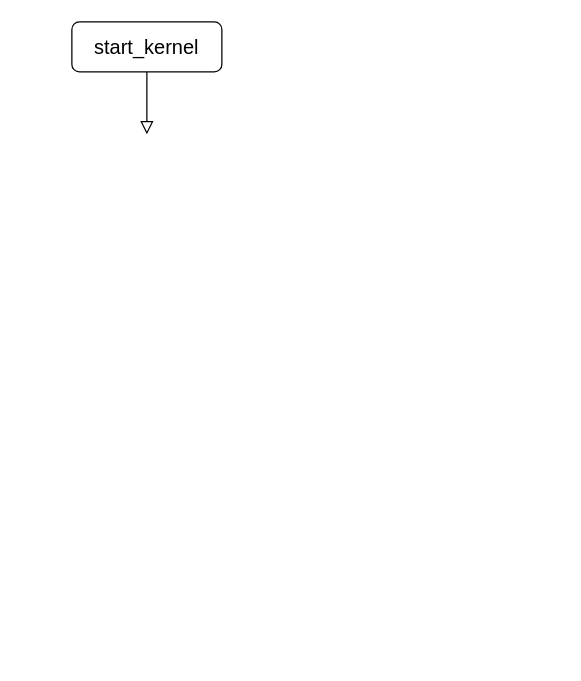
The draw.io diagram kernel_fs/Untitled Diagram.drawio in zhoulanyang/mOs, before the edit. Source tidied: cells renumbered, new cells numbered last; positions are measured from the earlier drawing's top-left corner, leaving out a move shared by most shapes. Both pictures are drawn from the tidied source at 125%, with x=0, y=0 at pixel (71, 21).
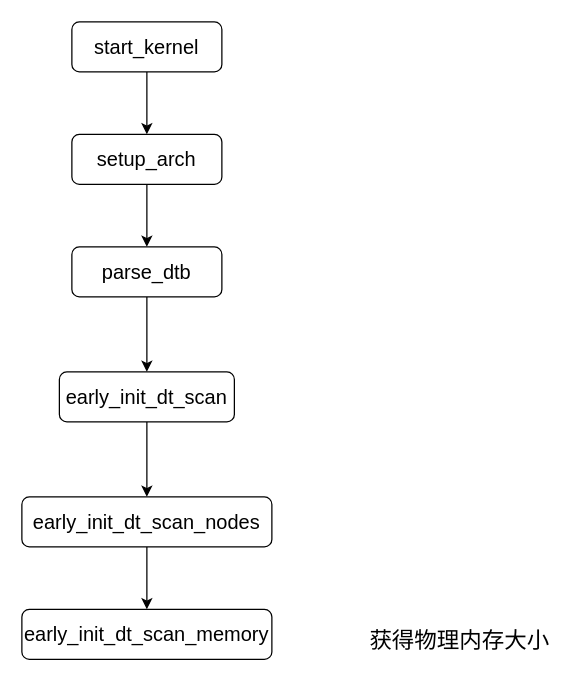
Above is the later version.

The edit, as a diff of the source:
```diff
@@
 <mxGraphModel>
   <root>
     <mxCell id="0" />
     <mxCell id="1" parent="0" />
-    <mxCell id="2" style="rounded=0;html=1;jettySize=auto;fontSize=11;endArrow=block;endFill=0;endSize=8;strokeWidth=1;shadow=0;labelBackgroundColor=none;edgeStyle=orthogonalEdgeStyle;" parent="1" edge="1" source="3">
-      <mxGeometry relative="1" as="geometry">
-        <mxPoint x="60" y="90" as="targetPoint" />
-      </mxGeometry>
-    </mxCell>
+    <mxCell id="4" style="edgeStyle=orthogonalEdgeStyle;rounded=0;jettySize=auto;html=1;exitX=0.5;exitY=1;exitDx=0;exitDy=0;entryX=0.5;entryY=0;entryDx=0;entryDy=0;fontSize=18;" parent="1" edge="1" source="3" target="6">
+      <mxGeometry relative="1" as="geometry" />
+    </mxCell>
     <mxCell id="3" value="&lt;font style=&quot;font-size: 16px&quot;&gt;start_kernel&lt;/font&gt;" style="rounded=1;whiteSpace=wrap;html=1;fontSize=12;glass=0;strokeWidth=1;shadow=0;" parent="1" vertex="1">
       <mxGeometry width="120" height="40" as="geometry" />
     </mxCell>
+    <mxCell id="5" style="edgeStyle=orthogonalEdgeStyle;rounded=0;jettySize=auto;html=1;exitX=0.5;exitY=1;exitDx=0;exitDy=0;entryX=0.5;entryY=0;entryDx=0;entryDy=0;fontSize=18;" parent="1" edge="1" source="6" target="8">
+      <mxGeometry relative="1" as="geometry" />
+    </mxCell>
+    <mxCell id="6" value="&lt;font style=&quot;font-size: 16px&quot;&gt;setup_arch&lt;br&gt;&lt;/font&gt;" style="rounded=1;whiteSpace=wrap;html=1;fontSize=12;glass=0;strokeWidth=1;shadow=0;" parent="1" vertex="1">
+      <mxGeometry y="90" width="120" height="40" as="geometry" />
+    </mxCell>
+    <mxCell id="7" style="edgeStyle=orthogonalEdgeStyle;rounded=0;jettySize=auto;html=1;exitX=0.5;exitY=1;exitDx=0;exitDy=0;entryX=0.5;entryY=0;entryDx=0;entryDy=0;fontSize=18;" parent="1" edge="1" source="8" target="10">
+      <mxGeometry relative="1" as="geometry" />
+    </mxCell>
+    <mxCell id="8" value="&lt;font style=&quot;font-size: 16px&quot;&gt;parse_dtb&lt;br&gt;&lt;/font&gt;" style="rounded=1;whiteSpace=wrap;html=1;fontSize=12;glass=0;strokeWidth=1;shadow=0;" parent="1" vertex="1">
+      <mxGeometry y="180" width="120" height="40" as="geometry" />
+    </mxCell>
+    <mxCell id="9" style="edgeStyle=orthogonalEdgeStyle;rounded=0;jettySize=auto;html=1;exitX=0.5;exitY=1;exitDx=0;exitDy=0;entryX=0.5;entryY=0;entryDx=0;entryDy=0;fontSize=18;" parent="1" edge="1" source="10" target="12">
+      <mxGeometry relative="1" as="geometry" />
+    </mxCell>
+    <mxCell id="10" value="&lt;font style=&quot;font-size: 16px&quot;&gt;early_init_dt_scan&lt;br&gt;&lt;/font&gt;" style="rounded=1;whiteSpace=wrap;html=1;fontSize=12;glass=0;strokeWidth=1;shadow=0;" parent="1" vertex="1">
+      <mxGeometry x="-10" y="280" width="140" height="40" as="geometry" />
+    </mxCell>
+    <mxCell id="11" style="edgeStyle=orthogonalEdgeStyle;rounded=0;jettySize=auto;html=1;exitX=0.5;exitY=1;exitDx=0;exitDy=0;entryX=0.5;entryY=0;entryDx=0;entryDy=0;fontSize=18;" parent="1" edge="1" source="12" target="13">
+      <mxGeometry relative="1" as="geometry" />
+    </mxCell>
+    <mxCell id="12" value="&lt;font style=&quot;font-size: 16px&quot;&gt;early_init_dt_scan_nodes&lt;br&gt;&lt;/font&gt;" style="rounded=1;whiteSpace=wrap;html=1;fontSize=12;glass=0;strokeWidth=1;shadow=0;" parent="1" vertex="1">
+      <mxGeometry x="-40" y="380" width="200" height="40" as="geometry" />
+    </mxCell>
+    <mxCell id="13" value="&lt;font style=&quot;font-size: 16px&quot;&gt;early_init_dt_scan_memory&lt;br&gt;&lt;/font&gt;" style="rounded=1;whiteSpace=wrap;html=1;fontSize=12;glass=0;strokeWidth=1;shadow=0;" parent="1" vertex="1">
+      <mxGeometry x="-40" y="470" width="200" height="40" as="geometry" />
+    </mxCell>
+    <mxCell id="14" value="&lt;font style=&quot;font-size: 18px&quot;&gt;获得物理内存大小&lt;/font&gt;" style="text;html=1;align=center;verticalAlign=middle;fillColor=none;strokeColor=none;rounded=0;" parent="1" vertex="1">
+      <mxGeometry x="230" y="485" width="160" height="20" as="geometry" />
+    </mxCell>
   </root>
 </mxGraphModel>
```
